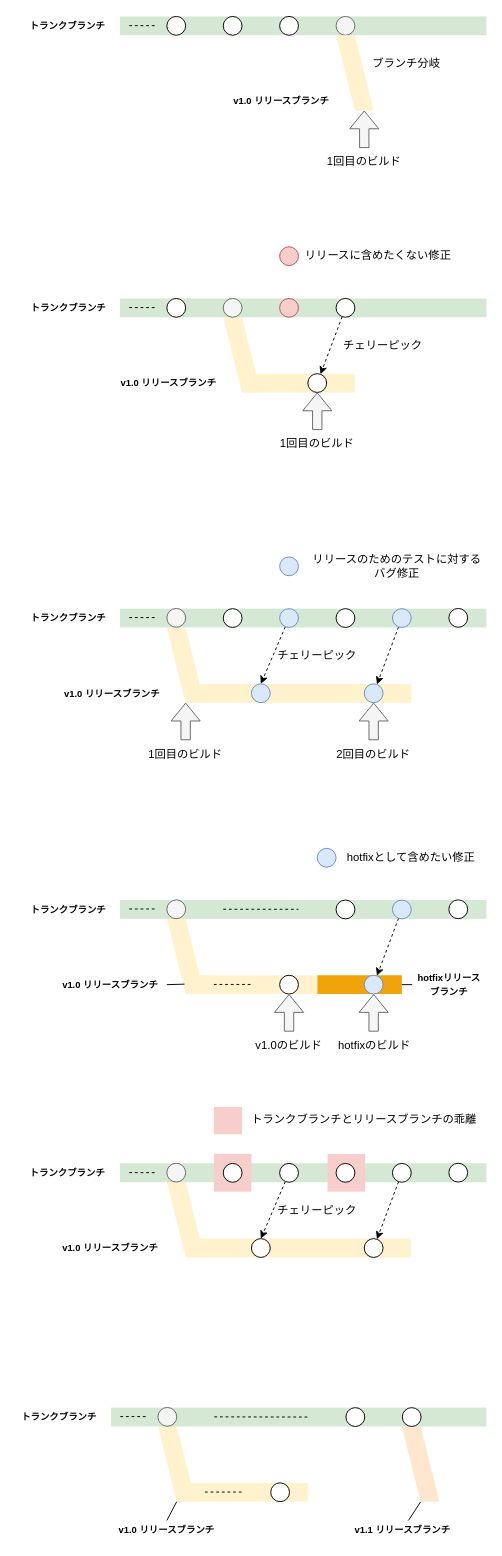
Before: images/trunk-based-development-strategy/release-flow.drawio in shotaIDE/zenn, a draw.io diagram. Source tidied: cells renumbered, new cells numbered last; positions are measured from the earlier drawing's top-left corner, leaving out a move shared by most shapes. Both pictures are drawn from the tidied source at 94%, with x=0, y=0 at pixel (16, 15).
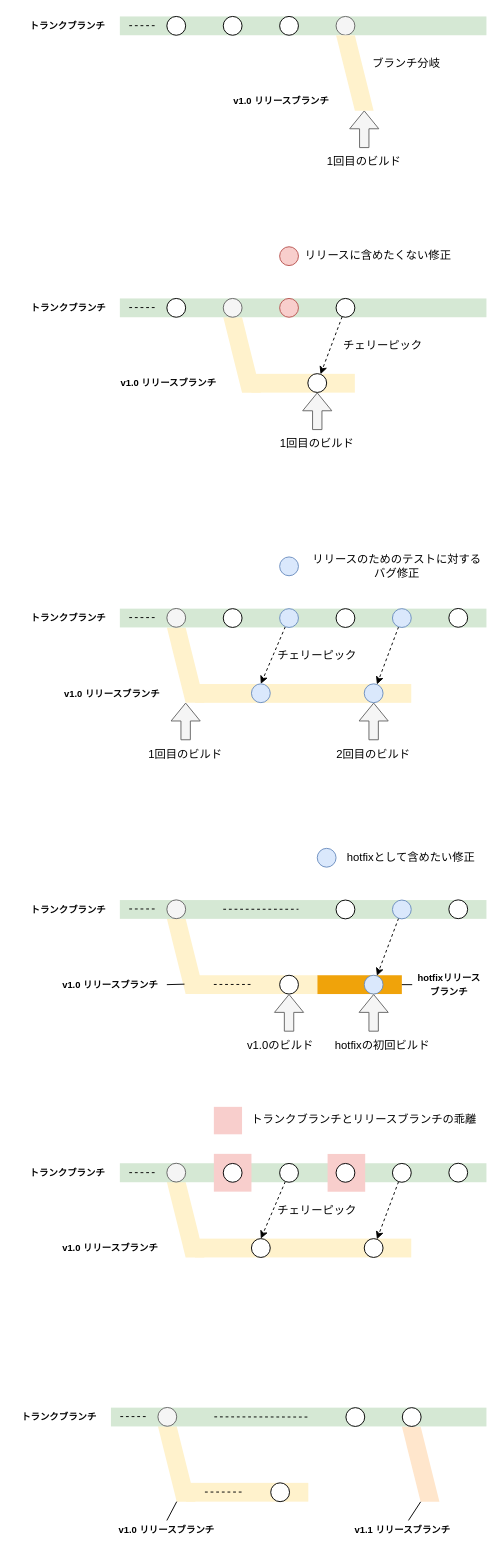
Above is the later version.

Change to the diagram source:
```diff
@@
     <mxCell id="73" value="v1.0のビルド" style="text;html=1;align=center;verticalAlign=middle;whiteSpace=wrap;rounded=0;fontFamily=Helvetica;fontSize=12;fontColor=default;" parent="1" vertex="1">
-      <mxGeometry x="245" y="1081" width="90" height="30" as="geometry" />
+      <mxGeometry x="235.5" y="1081" width="90" height="30" as="geometry" />
     </mxCell>
@@
-    <mxCell id="75" value="hotfixのビルド" style="text;html=1;align=center;verticalAlign=middle;whiteSpace=wrap;rounded=0;fontFamily=Helvetica;fontSize=12;fontColor=default;" parent="1" vertex="1">
-      <mxGeometry x="331" y="1081" width="100" height="30" as="geometry" />
+    <mxCell id="75" value="hotfixの初回ビルド" style="text;html=1;align=center;verticalAlign=middle;whiteSpace=wrap;rounded=0;fontFamily=Helvetica;fontSize=12;fontColor=default;" parent="1" vertex="1">
+      <mxGeometry x="330" y="1081" width="119" height="30" as="geometry" />
     </mxCell>
```
